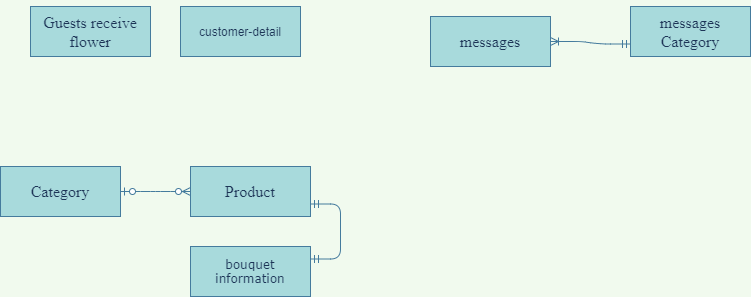
Earlier version of the draw.io export Untitled Diagram.png (maialino123/Eproject-SEM3). Source tidied: cells renumbered, new cells last; positions are measured from the earlier drawing's top-left corner, leaving out a move shared by most shapes.
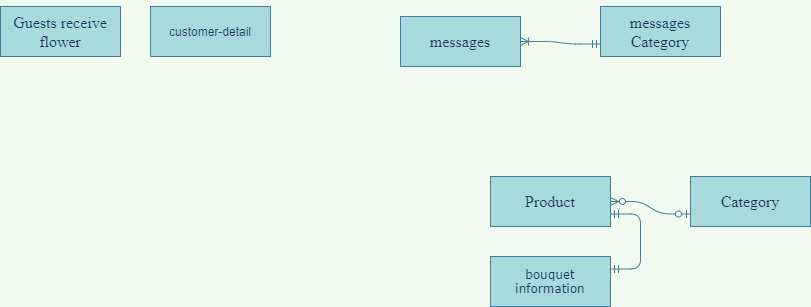
After the commit.

What changed in the source:
```diff
@@ -6,7 +6,7 @@
       <mxGeometry x="180" width="120" height="50" as="geometry" />
     </mxCell>
     <mxCell id="3" value="&lt;p class=&quot;MsoNormal&quot;&gt;&lt;span style=&quot;font-family: &amp;#34;verdana&amp;#34; , sans-serif&quot;&gt;bouquet&lt;br/&gt;information&lt;/span&gt;&lt;/p&gt;" style="whiteSpace=wrap;html=1;align=center;rounded=0;sketch=0;fontColor=#1D3557;strokeColor=#457B9D;fillColor=#A8DADC;" parent="1" vertex="1">
-      <mxGeometry x="190" y="240" width="120" height="50" as="geometry" />
+      <mxGeometry x="520" y="250" width="120" height="50" as="geometry" />
     </mxCell>
     <mxCell id="4" value="&lt;p class=&quot;MsoNormal&quot;&gt;&lt;span style=&quot;font-size: 12.0pt ; font-family: &amp;#34;times new roman&amp;#34; , serif&quot;&gt;messages&lt;/span&gt;&lt;span style=&quot;font-family: &amp;#34;verdana&amp;#34; , sans-serif&quot;&gt;&lt;br&gt;&lt;/span&gt;&lt;/p&gt;" style="whiteSpace=wrap;html=1;align=center;rounded=0;sketch=0;fontColor=#1D3557;strokeColor=#457B9D;fillColor=#A8DADC;" parent="1" vertex="1">
       <mxGeometry x="430" y="10" width="120" height="50" as="geometry" />
@@ -15,12 +15,12 @@
       <mxGeometry x="30" width="120" height="50" as="geometry" />
     </mxCell>
     <mxCell id="6" value="&lt;p class=&quot;MsoNormal&quot;&gt;&lt;font face=&quot;times new roman, serif&quot;&gt;&lt;span style=&quot;font-size: 16px&quot;&gt;Category&lt;/span&gt;&lt;/font&gt;&lt;/p&gt;" style="whiteSpace=wrap;html=1;align=center;rounded=0;sketch=0;fontColor=#1D3557;strokeColor=#457B9D;fillColor=#A8DADC;" parent="1" vertex="1">
-      <mxGeometry y="160" width="120" height="50" as="geometry" />
+      <mxGeometry x="720" y="170" width="120" height="50" as="geometry" />
     </mxCell>
     <mxCell id="7" value="&lt;p class=&quot;MsoNormal&quot;&gt;&lt;font face=&quot;times new roman, serif&quot;&gt;&lt;span style=&quot;font-size: 16px&quot;&gt;Product&lt;/span&gt;&lt;/font&gt;&lt;/p&gt;" style="whiteSpace=wrap;html=1;align=center;rounded=0;sketch=0;fontColor=#1D3557;strokeColor=#457B9D;fillColor=#A8DADC;" parent="1" vertex="1">
-      <mxGeometry x="190" y="160" width="120" height="50" as="geometry" />
+      <mxGeometry x="520" y="170" width="120" height="50" as="geometry" />
     </mxCell>
-    <mxCell id="8" style="edgeStyle=entityRelationEdgeStyle;fontSize=12;html=1;endArrow=ERzeroToMany;startArrow=ERzeroToOne;fontColor=#1D3557;strokeColor=#457B9D;fillColor=#A8DADC;exitX=1;exitY=0.5;exitDx=0;exitDy=0;entryX=0;entryY=0.5;entryDx=0;entryDy=0;labelBackgroundColor=#F1FAEE;" parent="1" edge="1" source="6" target="7">
+    <mxCell id="8" style="edgeStyle=entityRelationEdgeStyle;fontSize=12;html=1;endArrow=ERzeroToMany;startArrow=ERzeroToOne;fontColor=#1D3557;strokeColor=#457B9D;fillColor=#A8DADC;exitX=0;exitY=0.75;exitDx=0;exitDy=0;entryX=1;entryY=0.5;entryDx=0;entryDy=0;labelBackgroundColor=#F1FAEE;" parent="1" edge="1" source="6" target="7">
       <mxGeometry relative="1" as="geometry" />
     </mxCell>
     <mxCell id="9" style="edgeStyle=entityRelationEdgeStyle;fontSize=12;html=1;endArrow=ERmandOne;startArrow=ERmandOne;fontColor=#1D3557;fillColor=#A8DADC;rounded=1;entryX=1;entryY=0.75;entryDx=0;entryDy=0;exitX=1;exitY=0.25;exitDx=0;exitDy=0;labelBackgroundColor=#F1FAEE;strokeColor=#457B9D;" parent="1" edge="1" source="3" target="7">
```
